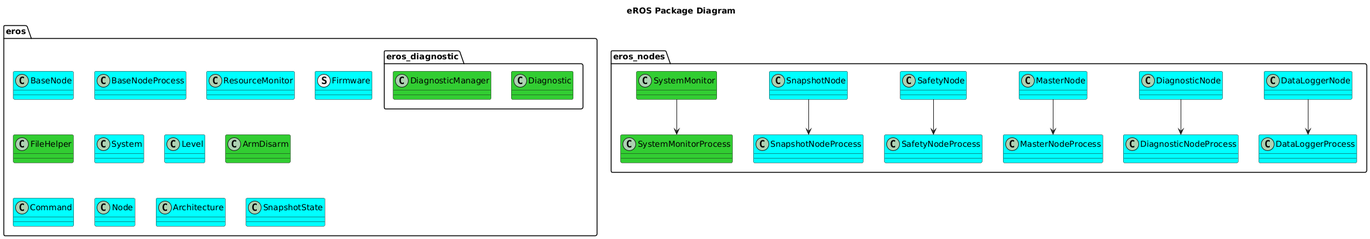
Above: doc/output/EROSPackageDiagram.png in dgitz/eros (PlantUML), before the change.
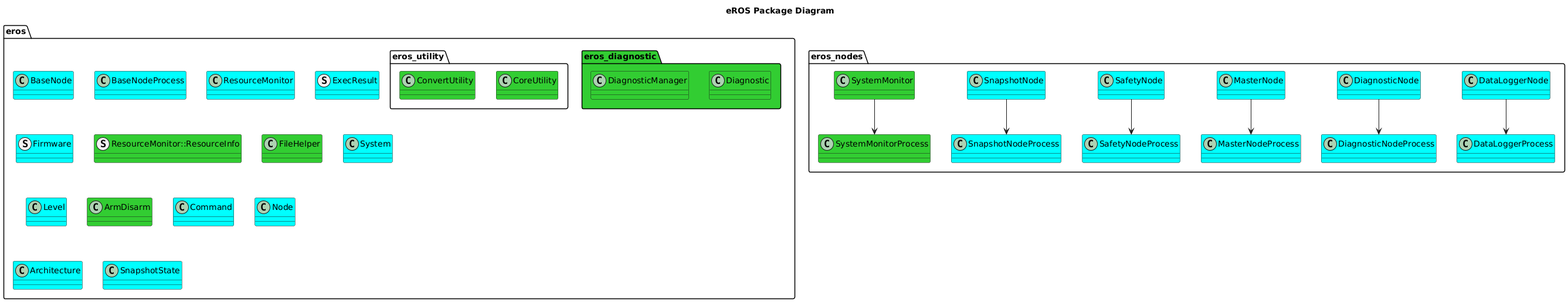
The same file after the commit.

The edit, as a diff of the source:
```diff
@@ -3,9 +3,10 @@
 package eros {
     class BaseNode #Cyan
     class BaseNodeProcess #Cyan
-
     class ResourceMonitor #Cyan
+    struct ExecResult #Cyan
     struct Firmware #Cyan
+    struct ResourceMonitor::ResourceInfo #LimeGreen
     class FileHelper #LimeGreen
     class System #Cyan
     class Level #Cyan
@@ -14,10 +15,15 @@
     class Node #Cyan
     class Architecture #Cyan
     class SnapshotState #Cyan
-    package eros_diagnostic {
+    namespace eros_diagnostic #LimeGreen {
         class Diagnostic #LimeGreen
         class DiagnosticManager #LimeGreen
     }
+    namespace eros_utility {
+        class CoreUtility #LimeGreen
+        class ConvertUtility #LimeGreen
+    }
+
 
 }
 package eros_nodes {
```
